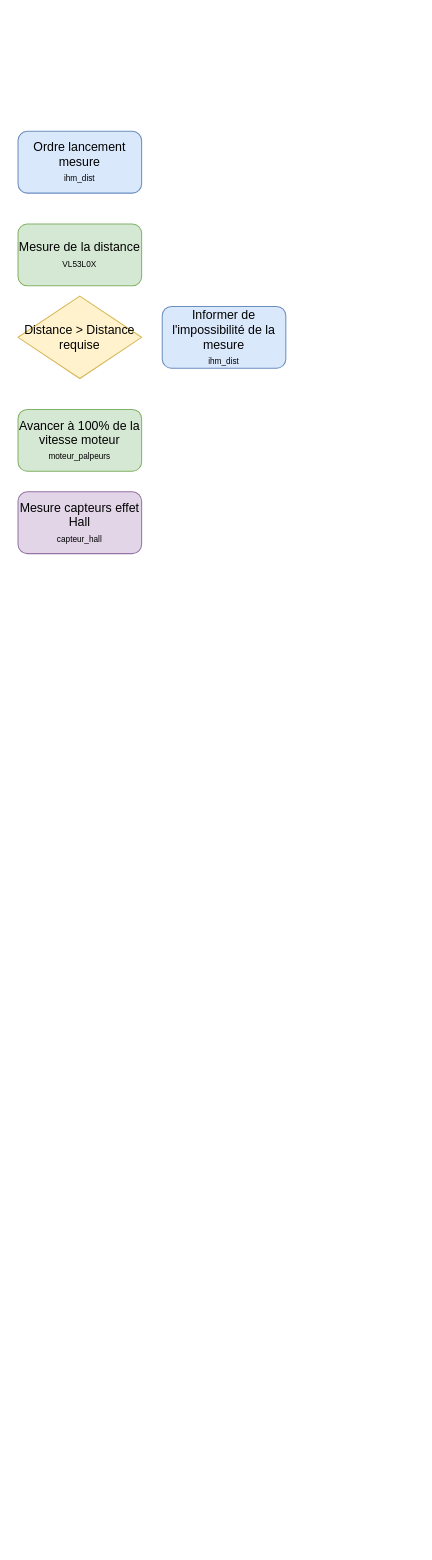
MomoFall/SPOC-INFORMATIQUE keeps this draw.io diagram as docs/architecture/Procédure plaque palpable.drawio. Above is the earlier version. Source tidied: cells renumbered, new cells numbered last; positions are measured from the earlier drawing's top-left corner, leaving out a move shared by most shapes. Both pictures are drawn from the tidied source at 103%, with x=0, y=0 at pixel (18, 131).
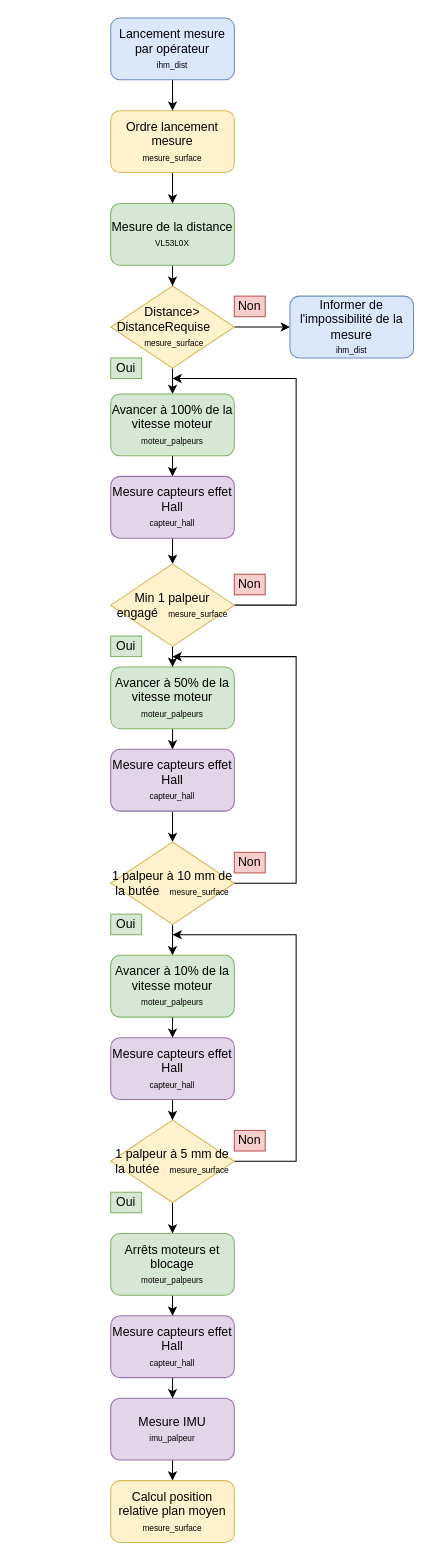
The same page after the edit.

Commit message:
Mettre à jour Procédure plaque palpable.drawio

Change to the diagram source:
```diff
@@
+    <mxCell id="8" style="edgeStyle=orthogonalEdgeStyle;rounded=0;jettySize=auto;html=1;entryX=0;entryY=0.5;entryDx=0;entryDy=0;" parent="1" edge="1" source="2" target="5">
+      <mxGeometry relative="1" as="geometry" />
+    </mxCell>
+    <mxCell id="9" style="edgeStyle=orthogonalEdgeStyle;rounded=0;jettySize=auto;html=1;entryX=0.5;entryY=0;entryDx=0;entryDy=0;" parent="1" edge="1" source="2" target="6">
+      <mxGeometry relative="1" as="geometry" />
+    </mxCell>
-    <mxCell id="2" value="Distance &amp;gt; Distance requise" style="rhombus;whiteSpace=wrap;html=1;shapeInside=1;fillColor=#fff2cc;strokeColor=#d6b656;" parent="1" vertex="1">
-      <mxGeometry y="160" width="120" height="80" as="geometry" />
+    <mxCell id="2" value="&lt;span style=&quot;text-decoration-line: inherit; background-color: transparent; color: light-dark(rgb(0, 0, 0), rgb(255, 255, 255));&quot;&gt;Distance&amp;gt; DistanceRequise&amp;nbsp; &amp;nbsp; &amp;nbsp; &amp;nbsp;&lt;/span&gt;&lt;span style=&quot;font-size: 8px; text-decoration-line: inherit; background-color: transparent; color: light-dark(rgb(0, 0, 0), rgb(255, 255, 255));&quot;&gt;mesure_surface&lt;/span&gt;" style="rhombus;whiteSpace=wrap;html=1;shapeInside=1;fillColor=#fff2cc;strokeColor=#d6b656;" parent="1" vertex="1">
+      <mxGeometry x="90" y="150" width="120" height="80" as="geometry" />
     </mxCell>
+    <mxCell id="10" style="edgeStyle=orthogonalEdgeStyle;rounded=0;jettySize=auto;html=1;entryX=0.5;entryY=0;entryDx=0;entryDy=0;" parent="1" edge="1" source="3" target="4">
+      <mxGeometry relative="1" as="geometry" />
+    </mxCell>
-    <mxCell id="3" value="Ordre lancement mesure&lt;div&gt;&lt;font style=&quot;font-size: 8px;&quot;&gt;ihm_dist&lt;/font&gt;&lt;/div&gt;" style="rounded=1;whiteSpace=wrap;html=1;fillColor=#dae8fc;strokeColor=#6c8ebf;" parent="1" vertex="1">
-      <mxGeometry width="120" height="60" as="geometry" />
+    <mxCell id="3" value="Ordre lancement mesure&lt;div&gt;&lt;span style=&quot;font-size: 8px;&quot;&gt;mesure_surface&lt;/span&gt;&lt;/div&gt;" style="rounded=1;whiteSpace=wrap;html=1;fillColor=#fff2cc;strokeColor=#d6b656;" parent="1" vertex="1">
+      <mxGeometry x="90" y="-20" width="120" height="60" as="geometry" />
     </mxCell>
+    <mxCell id="11" style="edgeStyle=orthogonalEdgeStyle;rounded=0;jettySize=auto;html=1;entryX=0.5;entryY=0;entryDx=0;entryDy=0;" parent="1" edge="1" source="4" target="2">
+      <mxGeometry relative="1" as="geometry" />
+    </mxCell>
     <mxCell id="4" value="Mesure de la distance&lt;div&gt;&lt;font style=&quot;font-size: 8px;&quot;&gt;VL53L0X&lt;/font&gt;&lt;/div&gt;" style="rounded=1;whiteSpace=wrap;html=1;fillColor=#d5e8d4;strokeColor=#82b366;" parent="1" vertex="1">
-      <mxGeometry y="90" width="120" height="60" as="geometry" />
+      <mxGeometry x="90" y="70" width="120" height="60" as="geometry" />
     </mxCell>
     <mxCell id="5" value="Informer de l'impossibilité de la mesure&lt;br&gt;&lt;div&gt;&lt;font style=&quot;font-size: 8px;&quot;&gt;ihm_dist&lt;/font&gt;&lt;/div&gt;" style="rounded=1;whiteSpace=wrap;html=1;fillColor=#dae8fc;strokeColor=#6c8ebf;" parent="1" vertex="1">
-      <mxGeometry x="140" y="170" width="120" height="60" as="geometry" />
+      <mxGeometry x="264" y="160" width="120" height="60" as="geometry" />
     </mxCell>
+    <mxCell id="12" style="edgeStyle=orthogonalEdgeStyle;rounded=0;jettySize=auto;html=1;entryX=0.5;entryY=0;entryDx=0;entryDy=0;" parent="1" edge="1" source="6" target="7">
+      <mxGeometry relative="1" as="geometry" />
+    </mxCell>
     <mxCell id="6" value="Avancer à 100% de la vitesse moteur&lt;br&gt;&lt;div&gt;&lt;font style=&quot;font-size: 8px;&quot;&gt;moteur_palpeurs&lt;/font&gt;&lt;/div&gt;" style="rounded=1;whiteSpace=wrap;html=1;fillColor=#d5e8d4;strokeColor=#82b366;" parent="1" vertex="1">
-      <mxGeometry y="270" width="120" height="60" as="geometry" />
+      <mxGeometry x="90" y="255" width="120" height="60" as="geometry" />
     </mxCell>
+    <mxCell id="13" style="edgeStyle=orthogonalEdgeStyle;rounded=0;jettySize=auto;html=1;entryX=0.5;entryY=0;entryDx=0;entryDy=0;" parent="1" edge="1" source="7" target="16">
+      <mxGeometry relative="1" as="geometry" />
+    </mxCell>
     <mxCell id="7" value="Mesure capteurs effet Hall&lt;div&gt;&lt;font style=&quot;font-size: 8px;&quot;&gt;capteur_hall&lt;/font&gt;&lt;/div&gt;" style="rounded=1;whiteSpace=wrap;html=1;fillColor=#e1d5e7;strokeColor=#9673a6;" parent="1" vertex="1">
-      <mxGeometry y="350" width="120" height="60" as="geometry" />
+      <mxGeometry x="90" y="335" width="120" height="60" as="geometry" />
     </mxCell>
+    <mxCell id="14" style="edgeStyle=orthogonalEdgeStyle;rounded=0;jettySize=auto;html=1;" parent="1" edge="1" source="16">
+      <mxGeometry x="-0.26" relative="1" as="geometry">
+        <mxPoint x="150" y="240" as="targetPoint" />
+        <Array as="points">
+          <mxPoint x="270" y="460" />
+          <mxPoint x="270" y="240" />
+        </Array>
+      </mxGeometry>
+    </mxCell>
+    <mxCell id="15" style="edgeStyle=orthogonalEdgeStyle;rounded=0;jettySize=auto;html=1;entryX=0.5;entryY=0;entryDx=0;entryDy=0;" parent="1" edge="1" source="16" target="18">
+      <mxGeometry relative="1" as="geometry" />
+    </mxCell>
+    <mxCell id="16" value="Min 1 palpeur engagé&amp;nbsp; &amp;nbsp;&lt;span style=&quot;background-color: transparent; color: light-dark(rgb(0, 0, 0), rgb(255, 255, 255)); font-size: 8px; text-decoration-line: inherit;&quot;&gt;mesure_surface&lt;/span&gt;" style="rhombus;whiteSpace=wrap;html=1;shapeInside=1;fillColor=#fff2cc;strokeColor=#d6b656;" parent="1" vertex="1">
+      <mxGeometry x="90" y="420" width="120" height="80" as="geometry" />
+    </mxCell>
+    <mxCell id="17" style="edgeStyle=orthogonalEdgeStyle;rounded=0;jettySize=auto;html=1;entryX=0.5;entryY=0;entryDx=0;entryDy=0;" parent="1" edge="1" source="18" target="20">
+      <mxGeometry relative="1" as="geometry" />
+    </mxCell>
+    <mxCell id="18" value="Avancer à 50% de la vitesse moteur&lt;br&gt;&lt;div&gt;&lt;font style=&quot;font-size: 8px;&quot;&gt;moteur_palpeurs&lt;/font&gt;&lt;/div&gt;" style="rounded=1;whiteSpace=wrap;html=1;fillColor=#d5e8d4;strokeColor=#82b366;" parent="1" vertex="1">
+      <mxGeometry x="90" y="520" width="120" height="60" as="geometry" />
+    </mxCell>
+    <mxCell id="19" style="edgeStyle=orthogonalEdgeStyle;rounded=0;jettySize=auto;html=1;entryX=0.5;entryY=0;entryDx=0;entryDy=0;" parent="1" edge="1" source="20" target="22">
+      <mxGeometry relative="1" as="geometry" />
+    </mxCell>
+    <mxCell id="20" value="Mesure capteurs effet Hall&lt;div&gt;&lt;font style=&quot;font-size: 8px;&quot;&gt;capteur_hall&lt;/font&gt;&lt;/div&gt;" style="rounded=1;whiteSpace=wrap;html=1;fillColor=#e1d5e7;strokeColor=#9673a6;" parent="1" vertex="1">
+      <mxGeometry x="90" y="600" width="120" height="60" as="geometry" />
+    </mxCell>
+    <mxCell id="21" style="edgeStyle=orthogonalEdgeStyle;rounded=0;jettySize=auto;html=1;entryX=0.5;entryY=0;entryDx=0;entryDy=0;" parent="1" edge="1" source="22" target="24">
+      <mxGeometry relative="1" as="geometry" />
+    </mxCell>
+    <mxCell id="22" value="&lt;span style=&quot;text-decoration-line: inherit; background-color: transparent; color: light-dark(rgb(0, 0, 0), rgb(255, 255, 255));&quot;&gt;1 palpeur à 10 mm de la butée&amp;nbsp; &amp;nbsp;&lt;/span&gt;&lt;span style=&quot;font-size: 8px; background-color: transparent; color: light-dark(rgb(0, 0, 0), rgb(255, 255, 255));&quot;&gt;mesure_surface&lt;/span&gt;" style="rhombus;whiteSpace=wrap;html=1;shapeInside=1;fillColor=#fff2cc;strokeColor=#d6b656;" parent="1" vertex="1">
+      <mxGeometry x="90" y="690" width="120" height="80" as="geometry" />
+    </mxCell>
+    <mxCell id="23" style="edgeStyle=orthogonalEdgeStyle;rounded=0;jettySize=auto;html=1;entryX=0.5;entryY=0;entryDx=0;entryDy=0;" parent="1" edge="1" source="24" target="26">
+      <mxGeometry relative="1" as="geometry" />
+    </mxCell>
+    <mxCell id="24" value="Avancer à 10% de la vitesse moteur&lt;br&gt;&lt;div&gt;&lt;font style=&quot;font-size: 8px;&quot;&gt;moteur_palpeurs&lt;/font&gt;&lt;/div&gt;" style="rounded=1;whiteSpace=wrap;html=1;fillColor=#d5e8d4;strokeColor=#82b366;" parent="1" vertex="1">
+      <mxGeometry x="90" y="800" width="120" height="60" as="geometry" />
+    </mxCell>
+    <mxCell id="25" style="edgeStyle=orthogonalEdgeStyle;rounded=0;jettySize=auto;html=1;entryX=0.5;entryY=0;entryDx=0;entryDy=0;" parent="1" edge="1" source="26" target="29">
+      <mxGeometry relative="1" as="geometry" />
+    </mxCell>
+    <mxCell id="26" value="Mesure capteurs effet Hall&lt;div&gt;&lt;font style=&quot;font-size: 8px;&quot;&gt;capteur_hall&lt;/font&gt;&lt;/div&gt;" style="rounded=1;whiteSpace=wrap;html=1;fillColor=#e1d5e7;strokeColor=#9673a6;" parent="1" vertex="1">
+      <mxGeometry x="90" y="880" width="120" height="60" as="geometry" />
+    </mxCell>
+    <mxCell id="27" style="edgeStyle=orthogonalEdgeStyle;rounded=0;jettySize=auto;html=1;" parent="1" edge="1" source="29">
+      <mxGeometry x="-0.26" relative="1" as="geometry">
+        <mxPoint x="150" y="780" as="targetPoint" />
+        <Array as="points">
+          <mxPoint x="270" y="1000" />
+          <mxPoint x="270" y="780" />
+        </Array>
+      </mxGeometry>
+    </mxCell>
+    <mxCell id="28" style="edgeStyle=orthogonalEdgeStyle;rounded=0;jettySize=auto;html=1;entryX=0.5;entryY=0;entryDx=0;entryDy=0;" parent="1" edge="1" source="29" target="31">
+      <mxGeometry relative="1" as="geometry" />
+    </mxCell>
+    <mxCell id="29" value="1 palpeur à 5 mm de la butée&amp;nbsp; &amp;nbsp;&lt;span style=&quot;font-size: 8px; background-color: transparent; color: light-dark(rgb(0, 0, 0), rgb(255, 255, 255));&quot;&gt;mesure_surface&lt;/span&gt;" style="rhombus;whiteSpace=wrap;html=1;shapeInside=1;fillColor=#fff2cc;strokeColor=#d6b656;" parent="1" vertex="1">
+      <mxGeometry x="90" y="960" width="120" height="80" as="geometry" />
+    </mxCell>
+    <mxCell id="30" style="edgeStyle=orthogonalEdgeStyle;rounded=0;jettySize=auto;html=1;entryX=0.5;entryY=0;entryDx=0;entryDy=0;" parent="1" edge="1" source="31" target="33">
+      <mxGeometry relative="1" as="geometry" />
+    </mxCell>
+    <mxCell id="31" value="Arrêts moteurs et blocage&lt;br&gt;&lt;div&gt;&lt;font style=&quot;font-size: 8px;&quot;&gt;moteur_palpeurs&lt;/font&gt;&lt;/div&gt;" style="rounded=1;whiteSpace=wrap;html=1;fillColor=#d5e8d4;strokeColor=#82b366;" parent="1" vertex="1">
+      <mxGeometry x="90" y="1070" width="120" height="60" as="geometry" />
+    </mxCell>
+    <mxCell id="32" style="edgeStyle=orthogonalEdgeStyle;rounded=0;jettySize=auto;html=1;entryX=0.5;entryY=0;entryDx=0;entryDy=0;" parent="1" edge="1" source="33" target="44">
+      <mxGeometry relative="1" as="geometry" />
+    </mxCell>
+    <mxCell id="33" value="Mesure capteurs effet Hall&lt;div&gt;&lt;font style=&quot;font-size: 8px;&quot;&gt;capteur_hall&lt;/font&gt;&lt;/div&gt;" style="rounded=1;whiteSpace=wrap;html=1;fillColor=#e1d5e7;strokeColor=#9673a6;" parent="1" vertex="1">
+      <mxGeometry x="90" y="1150" width="120" height="60" as="geometry" />
+    </mxCell>
+    <mxCell id="34" style="edgeStyle=orthogonalEdgeStyle;rounded=0;jettySize=auto;html=1;exitX=1;exitY=0.5;exitDx=0;exitDy=0;" parent="1" edge="1" source="22">
+      <mxGeometry x="-0.26" relative="1" as="geometry">
+        <mxPoint x="150" y="510" as="targetPoint" />
+        <Array as="points">
+          <mxPoint x="270" y="730" />
+          <mxPoint x="270" y="510" />
+        </Array>
+      </mxGeometry>
+    </mxCell>
+    <mxCell id="35" value="Oui" style="text;html=1;whiteSpace=wrap;strokeColor=#82b366;fillColor=#d5e8d4;align=center;verticalAlign=middle;rounded=0;" parent="1" vertex="1">
+      <mxGeometry x="90" y="220" width="30" height="20" as="geometry" />
+    </mxCell>
+    <mxCell id="36" value="Non" style="text;html=1;whiteSpace=wrap;strokeColor=#b85450;fillColor=#f8cecc;align=center;verticalAlign=middle;rounded=0;" parent="1" vertex="1">
+      <mxGeometry x="210" y="160" width="30" height="20" as="geometry" />
+    </mxCell>
+    <mxCell id="37" value="Non" style="text;html=1;whiteSpace=wrap;strokeColor=#b85450;fillColor=#f8cecc;align=center;verticalAlign=middle;rounded=0;" parent="1" vertex="1">
+      <mxGeometry x="210" y="430" width="30" height="20" as="geometry" />
+    </mxCell>
+    <mxCell id="38" value="Oui" style="text;html=1;whiteSpace=wrap;strokeColor=#82b366;fillColor=#d5e8d4;align=center;verticalAlign=middle;rounded=0;" parent="1" vertex="1">
+      <mxGeometry x="90" y="490" width="30" height="20" as="geometry" />
+    </mxCell>
+    <mxCell id="39" value="Non" style="text;html=1;whiteSpace=wrap;strokeColor=#b85450;fillColor=#f8cecc;align=center;verticalAlign=middle;rounded=0;" parent="1" vertex="1">
+      <mxGeometry x="210" y="700" width="30" height="20" as="geometry" />
+    </mxCell>
+    <mxCell id="40" value="Oui" style="text;html=1;whiteSpace=wrap;strokeColor=#82b366;fillColor=#d5e8d4;align=center;verticalAlign=middle;rounded=0;" parent="1" vertex="1">
+      <mxGeometry x="90" y="760" width="30" height="20" as="geometry" />
+    </mxCell>
+    <mxCell id="41" value="Non" style="text;html=1;whiteSpace=wrap;strokeColor=#b85450;fillColor=#f8cecc;align=center;verticalAlign=middle;rounded=0;" parent="1" vertex="1">
+      <mxGeometry x="210" y="970" width="30" height="20" as="geometry" />
+    </mxCell>
+    <mxCell id="42" value="Oui" style="text;html=1;whiteSpace=wrap;strokeColor=#82b366;fillColor=#d5e8d4;align=center;verticalAlign=middle;rounded=0;" parent="1" vertex="1">
+      <mxGeometry x="90" y="1030" width="30" height="20" as="geometry" />
+    </mxCell>
+    <mxCell id="43" style="edgeStyle=orthogonalEdgeStyle;rounded=0;jettySize=auto;html=1;entryX=0.5;entryY=0;entryDx=0;entryDy=0;" parent="1" edge="1" source="44" target="47">
+      <mxGeometry relative="1" as="geometry" />
+    </mxCell>
+    <mxCell id="44" value="Mesure IMU&lt;div&gt;&lt;font style=&quot;font-size: 8px;&quot;&gt;imu_palpeur&lt;/font&gt;&lt;/div&gt;" style="rounded=1;whiteSpace=wrap;html=1;fillColor=#e1d5e7;strokeColor=#9673a6;" parent="1" vertex="1">
+      <mxGeometry x="90" y="1230" width="120" height="60" as="geometry" />
+    </mxCell>
+    <mxCell id="45" style="edgeStyle=orthogonalEdgeStyle;rounded=0;jettySize=auto;html=1;entryX=0.5;entryY=0;entryDx=0;entryDy=0;" parent="1" edge="1" source="46" target="3">
+      <mxGeometry relative="1" as="geometry" />
+    </mxCell>
+    <mxCell id="46" value="Lancement mesure par opérateur&lt;div&gt;&lt;font style=&quot;font-size: 8px;&quot;&gt;ihm_dist&lt;/font&gt;&lt;/div&gt;" style="rounded=1;whiteSpace=wrap;html=1;roundedPerimeter=1;fillColor=#dae8fc;strokeColor=#6c8ebf;" parent="1" vertex="1">
+      <mxGeometry x="90" y="-110" width="120" height="60" as="geometry" />
+    </mxCell>
+    <mxCell id="47" value="Calcul position relative plan moyen&lt;br&gt;&lt;div&gt;&lt;font style=&quot;font-size: 8px;&quot;&gt;mesure_surface&lt;/font&gt;&lt;/div&gt;" style="rounded=1;whiteSpace=wrap;html=1;fillColor=#fff2cc;strokeColor=#d6b656;" parent="1" vertex="1">
+      <mxGeometry x="90" y="1310" width="120" height="60" as="geometry" />
+    </mxCell>
```
